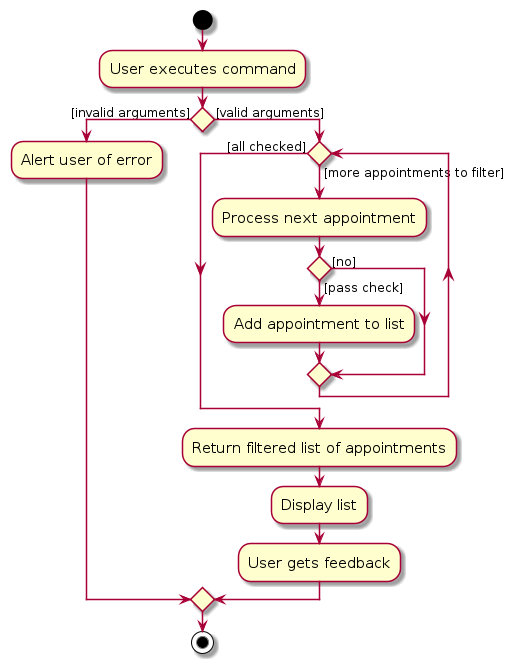
AY2324S2-CS2103T-F10-3/tp keeps this PlantUML diagram as diagrams/FindApptActivityDiagram.png. Above is the earlier version. Its source is kept beside it as diagrams/FindApptActivityDiagram.puml.
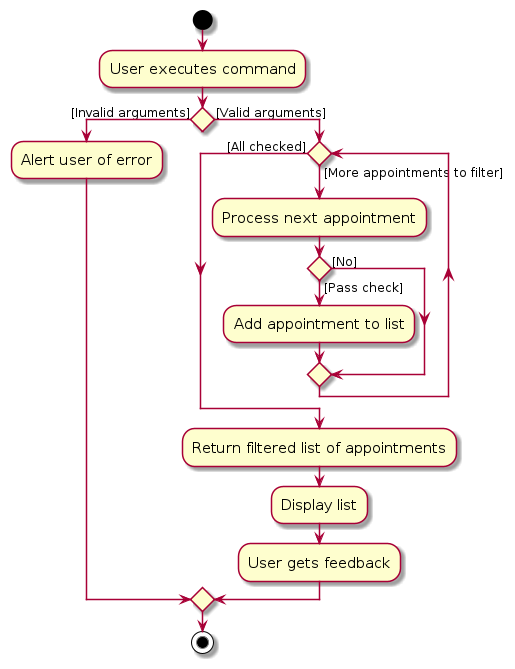
The same diagram one commit later.

Change to the diagram source:
```diff
@@ -5,16 +5,16 @@
 start
 
 :User executes command;
-if () then ([invalid arguments])
+if () then ([Invalid arguments])
   :Alert user of error;
-    else ([valid arguments])
-      while () is ([more appointments to filter])
+    else ([Valid arguments])
+      while () is ([More appointments to filter])
         :Process next appointment;
-        if () then ([pass check])
+        if () then ([Pass check])
           :Add appointment to list;
-        else ([no])
+        else ([No])
         endif
-        endwhile ([all checked])
+        endwhile ([All checked])
       :Return filtered list of appointments;
       :Display list;
       :User gets feedback;
```
